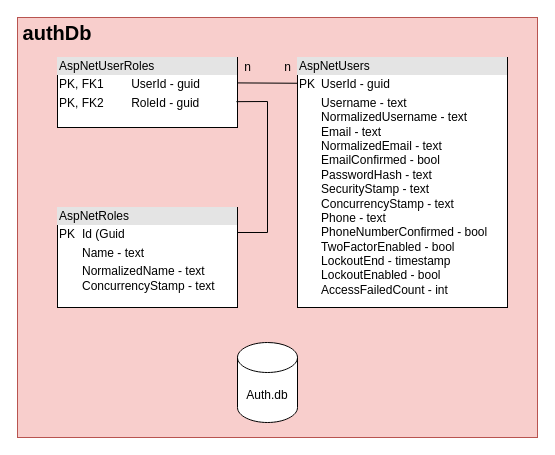
Above: page "AuthDb" (2 of 10) of diagrams/Users2_db_schema.drawio in riv4lz/riv4lz-backend (draw.io), before the change. Source tidied: cells renumbered, new cells numbered last; positions are measured from the earlier drawing's top-left corner, leaving out a move shared by most shapes. Both pictures are drawn from the tidied source at 100%, with x=0, y=0 at pixel (17, 17).
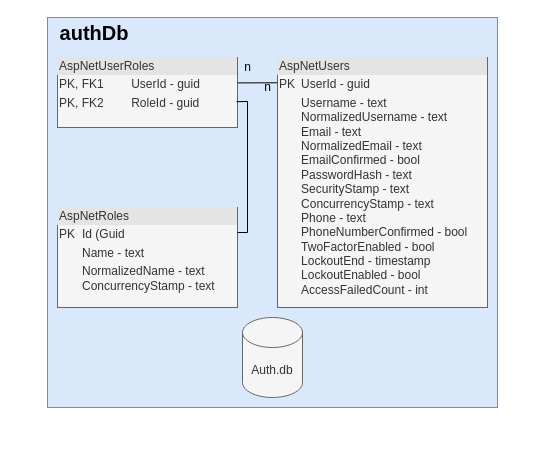
After the change.

The edit, as a diff of the source:
```diff
@@
 <mxGraphModel>
   <root>
     <mxCell id="0" />
     <mxCell id="1" parent="0" />
-    <mxCell id="2" style="rounded=0;whiteSpace=wrap;html=1;fillColor=#f8cecc;strokeColor=#b85450;" parent="1" vertex="1">
-      <mxGeometry width="520" height="420" as="geometry" />
+    <mxCell id="2" style="rounded=0;whiteSpace=wrap;html=1;fillColor=#dae8fc;strokeColor=#6c8ebf;" parent="1" vertex="1">
+      <mxGeometry x="30" width="450" height="390" as="geometry" />
     </mxCell>
-    <mxCell id="3" value="&lt;div style=&quot;box-sizing: border-box ; width: 100% ; background: #e4e4e4 ; padding: 2px&quot;&gt;AspNetUsers&lt;/div&gt;&lt;table style=&quot;width: 100% ; font-size: 1em&quot; cellpadding=&quot;2&quot; cellspacing=&quot;0&quot;&gt;&lt;tbody&gt;&lt;tr&gt;&lt;td&gt;PK&lt;br&gt;&lt;/td&gt;&lt;td&gt;UserId - guid&lt;/td&gt;&lt;/tr&gt;&lt;tr&gt;&lt;td&gt;&lt;br&gt;&lt;/td&gt;&lt;td&gt;Username&amp;nbsp;- text&lt;br&gt;NormalizedUsername - text&lt;br&gt;Email&amp;nbsp;- text&lt;br&gt;NormalizedEmail&amp;nbsp;- text&lt;br&gt;EmailConfirmed - bool&lt;br&gt;PasswordHash - text&lt;br&gt;SecurityStamp - text&lt;br&gt;ConcurrencyStamp - text&lt;br&gt;Phone - text&lt;br&gt;PhoneNumberConfirmed - bool&lt;br&gt;TwoFactorEnabled - bool&lt;br&gt;LockoutEnd - timestamp&lt;br&gt;LockoutEnabled - bool&lt;br&gt;AccessFailedCount - int&lt;/td&gt;&lt;/tr&gt;&lt;tr&gt;&lt;td&gt;&lt;br&gt;&lt;/td&gt;&lt;td&gt;&lt;br&gt;&lt;/td&gt;&lt;/tr&gt;&lt;/tbody&gt;&lt;/table&gt;" style="verticalAlign=top;align=left;overflow=fill;html=1;" parent="1" vertex="1">
-      <mxGeometry x="280" y="40" width="210" height="250" as="geometry" />
+    <mxCell id="3" value="&lt;div style=&quot;box-sizing: border-box ; width: 100% ; background: #e4e4e4 ; padding: 2px&quot;&gt;AspNetUsers&lt;/div&gt;&lt;table style=&quot;width: 100% ; font-size: 1em&quot; cellpadding=&quot;2&quot; cellspacing=&quot;0&quot;&gt;&lt;tbody&gt;&lt;tr&gt;&lt;td&gt;PK&lt;br&gt;&lt;/td&gt;&lt;td&gt;UserId - guid&lt;/td&gt;&lt;/tr&gt;&lt;tr&gt;&lt;td&gt;&lt;br&gt;&lt;/td&gt;&lt;td&gt;Username&amp;nbsp;- text&lt;br&gt;NormalizedUsername - text&lt;br&gt;Email&amp;nbsp;- text&lt;br&gt;NormalizedEmail&amp;nbsp;- text&lt;br&gt;EmailConfirmed - bool&lt;br&gt;PasswordHash - text&lt;br&gt;SecurityStamp - text&lt;br&gt;ConcurrencyStamp - text&lt;br&gt;Phone - text&lt;br&gt;PhoneNumberConfirmed - bool&lt;br&gt;TwoFactorEnabled - bool&lt;br&gt;LockoutEnd - timestamp&lt;br&gt;LockoutEnabled - bool&lt;br&gt;AccessFailedCount - int&lt;/td&gt;&lt;/tr&gt;&lt;tr&gt;&lt;td&gt;&lt;br&gt;&lt;/td&gt;&lt;td&gt;&lt;br&gt;&lt;/td&gt;&lt;/tr&gt;&lt;/tbody&gt;&lt;/table&gt;" style="verticalAlign=top;align=left;overflow=fill;html=1;fillColor=#f5f5f5;fontColor=#333333;strokeColor=#666666;" parent="1" vertex="1">
+      <mxGeometry x="260" y="40" width="210" height="250" as="geometry" />
     </mxCell>
-    <mxCell id="4" value="Auth.db" style="shape=cylinder3;whiteSpace=wrap;html=1;boundedLbl=1;backgroundOutline=1;size=15;" parent="1" vertex="1">
-      <mxGeometry x="220" y="325" width="60" height="80" as="geometry" />
+    <mxCell id="4" value="Auth.db" style="shape=cylinder3;whiteSpace=wrap;html=1;boundedLbl=1;backgroundOutline=1;size=15;fillColor=#f5f5f5;fontColor=#333333;strokeColor=#666666;" parent="1" vertex="1">
+      <mxGeometry x="225" y="300" width="60" height="80" as="geometry" />
     </mxCell>
-    <mxCell id="5" value="&lt;div style=&quot;box-sizing:border-box;width:100%;background:#e4e4e4;padding:2px;&quot;&gt;AspNetRoles&lt;/div&gt;&lt;table style=&quot;width:100%;font-size:1em;&quot; cellpadding=&quot;2&quot; cellspacing=&quot;0&quot;&gt;&lt;tbody&gt;&lt;tr&gt;&lt;td&gt;PK&lt;/td&gt;&lt;td&gt;Id (Guid&lt;/td&gt;&lt;/tr&gt;&lt;tr&gt;&lt;td&gt;&lt;br&gt;&lt;/td&gt;&lt;td&gt;Name - text&lt;/td&gt;&lt;/tr&gt;&lt;tr&gt;&lt;td&gt;&lt;br&gt;&lt;br&gt;&lt;/td&gt;&lt;td&gt;NormalizedName - text&lt;br&gt;ConcurrencyStamp - text&lt;/td&gt;&lt;/tr&gt;&lt;/tbody&gt;&lt;/table&gt;" style="verticalAlign=top;align=left;overflow=fill;html=1;" parent="1" vertex="1">
+    <mxCell id="5" value="&lt;div style=&quot;box-sizing:border-box;width:100%;background:#e4e4e4;padding:2px;&quot;&gt;AspNetRoles&lt;/div&gt;&lt;table style=&quot;width:100%;font-size:1em;&quot; cellpadding=&quot;2&quot; cellspacing=&quot;0&quot;&gt;&lt;tbody&gt;&lt;tr&gt;&lt;td&gt;PK&lt;/td&gt;&lt;td&gt;Id (Guid&lt;/td&gt;&lt;/tr&gt;&lt;tr&gt;&lt;td&gt;&lt;br&gt;&lt;/td&gt;&lt;td&gt;Name - text&lt;/td&gt;&lt;/tr&gt;&lt;tr&gt;&lt;td&gt;&lt;br&gt;&lt;br&gt;&lt;/td&gt;&lt;td&gt;NormalizedName - text&lt;br&gt;ConcurrencyStamp - text&lt;/td&gt;&lt;/tr&gt;&lt;/tbody&gt;&lt;/table&gt;" style="verticalAlign=top;align=left;overflow=fill;html=1;fillColor=#f5f5f5;fontColor=#333333;strokeColor=#666666;" parent="1" vertex="1">
       <mxGeometry x="40" y="190" width="180" height="100" as="geometry" />
     </mxCell>
-    <mxCell id="6" value="&lt;div style=&quot;box-sizing:border-box;width:100%;background:#e4e4e4;padding:2px;&quot;&gt;AspNetUserRoles&lt;/div&gt;&lt;table style=&quot;width:100%;font-size:1em;&quot; cellpadding=&quot;2&quot; cellspacing=&quot;0&quot;&gt;&lt;tbody&gt;&lt;tr&gt;&lt;td&gt;PK, FK1&lt;/td&gt;&lt;td&gt;UserId - guid&lt;/td&gt;&lt;/tr&gt;&lt;tr&gt;&lt;td&gt;PK, FK2&lt;/td&gt;&lt;td&gt;RoleId - guid&lt;/td&gt;&lt;/tr&gt;&lt;tr&gt;&lt;td&gt;&lt;/td&gt;&lt;td&gt;&lt;br&gt;&lt;/td&gt;&lt;/tr&gt;&lt;/tbody&gt;&lt;/table&gt;" style="verticalAlign=top;align=left;overflow=fill;html=1;" parent="1" vertex="1">
+    <mxCell id="6" value="&lt;div style=&quot;box-sizing:border-box;width:100%;background:#e4e4e4;padding:2px;&quot;&gt;AspNetUserRoles&lt;/div&gt;&lt;table style=&quot;width:100%;font-size:1em;&quot; cellpadding=&quot;2&quot; cellspacing=&quot;0&quot;&gt;&lt;tbody&gt;&lt;tr&gt;&lt;td&gt;PK, FK1&lt;/td&gt;&lt;td&gt;UserId - guid&lt;/td&gt;&lt;/tr&gt;&lt;tr&gt;&lt;td&gt;PK, FK2&lt;/td&gt;&lt;td&gt;RoleId - guid&lt;/td&gt;&lt;/tr&gt;&lt;tr&gt;&lt;td&gt;&lt;/td&gt;&lt;td&gt;&lt;br&gt;&lt;/td&gt;&lt;/tr&gt;&lt;/tbody&gt;&lt;/table&gt;" style="verticalAlign=top;align=left;overflow=fill;html=1;fillColor=#f5f5f5;fontColor=#333333;strokeColor=#666666;" parent="1" vertex="1">
       <mxGeometry x="40" y="40" width="180" height="70" as="geometry" />
     </mxCell>
-    <mxCell id="7" style="endArrow=none;html=1;rounded=0;entryX=-0.001;entryY=0.103;entryDx=0;entryDy=0;entryPerimeter=0;exitX=1.001;exitY=0.363;exitDx=0;exitDy=0;exitPerimeter=0;" parent="1" edge="1" source="6" target="3">
+    <mxCell id="7" style="endArrow=none;html=1;rounded=0;entryX=0.985;entryY=0.265;entryDx=0;entryDy=0;entryPerimeter=0;exitX=1.001;exitY=0.363;exitDx=0;exitDy=0;exitPerimeter=0;" parent="1" edge="1" source="6" target="10">
       <mxGeometry relative="1" as="geometry" />
     </mxCell>
     <mxCell id="8" style="endArrow=none;html=1;rounded=0;entryX=0.994;entryY=0.631;entryDx=0;entryDy=0;entryPerimeter=0;exitX=1;exitY=0.25;exitDx=0;exitDy=0;" parent="1" edge="1" source="5" target="6">
       <mxGeometry relative="1" as="geometry">
         <Array as="points">
-          <mxPoint x="250" y="215" />
-          <mxPoint x="250" y="84" />
+          <mxPoint x="230" y="215" />
+          <mxPoint x="230" y="84" />
         </Array>
       </mxGeometry>
     </mxCell>
     <mxCell id="9" value="n" style="text;html=1;align=center;verticalAlign=middle;strokeColor=none;fillColor=none;" parent="1" vertex="1">
       <mxGeometry x="220" y="40" width="20" height="20" as="geometry" />
     </mxCell>
     <mxCell id="10" value="n" style="text;html=1;align=center;verticalAlign=middle;points=[];strokeColor=none;fillColor=none;" parent="1" vertex="1">
-      <mxGeometry x="260" y="40" width="20" height="20" as="geometry" />
+      <mxGeometry x="240" y="60" width="20" height="20" as="geometry" />
     </mxCell>
     <mxCell id="11" value="&lt;b&gt;&lt;font style=&quot;font-size: 20px;&quot;&gt;authDb&lt;/font&gt;&lt;/b&gt;" style="text;html=1;strokeColor=none;fillColor=none;align=center;verticalAlign=middle;whiteSpace=wrap;rounded=0;" parent="1" vertex="1">
-      <mxGeometry x="10" width="60" height="30" as="geometry" />
+      <mxGeometry x="47" width="60" height="30" as="geometry" />
     </mxCell>
   </root>
 </mxGraphModel>
```
